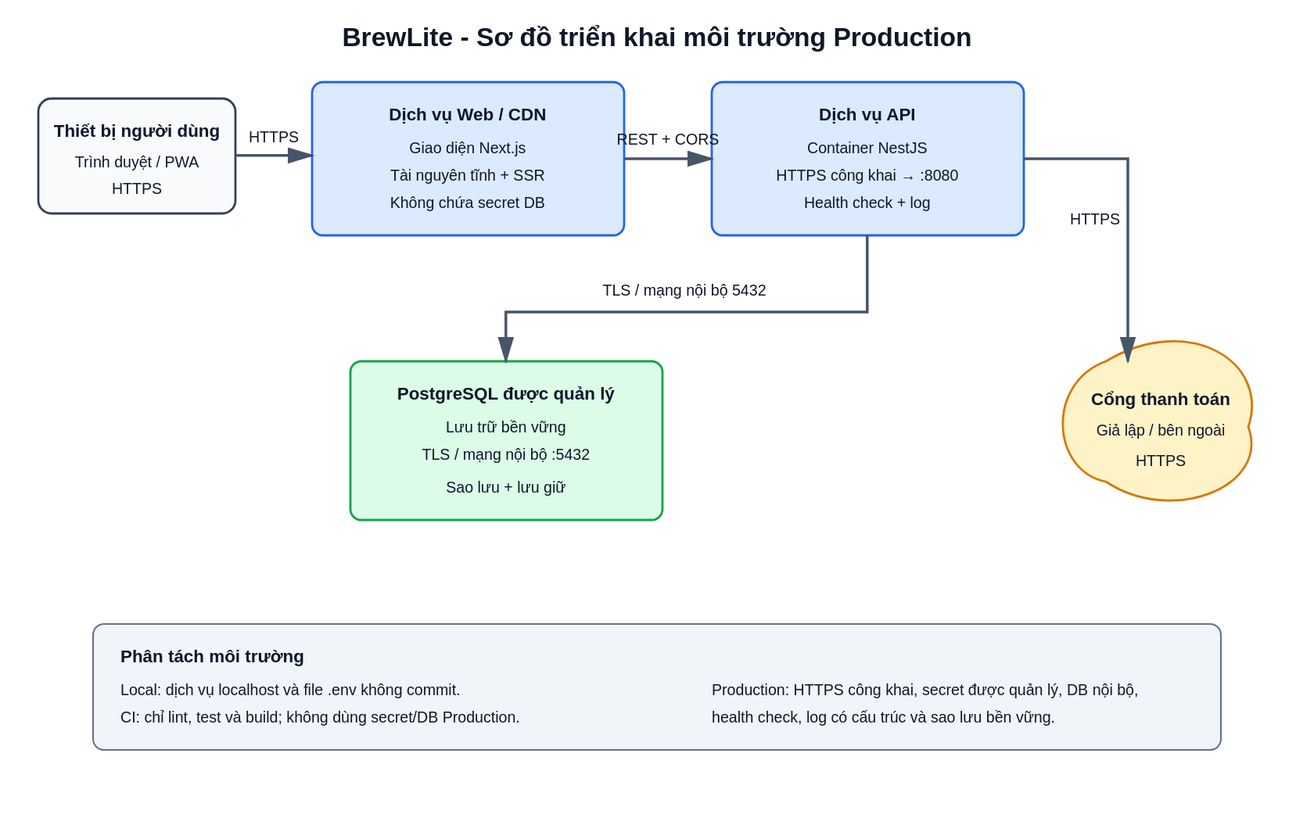
Earlier version of the PlantUML export docs/diagrams/deployment.svg (dangtuan992006/SWE_Project_Assignment2). Its source is kept beside it as docs/diagrams/deployment.puml.
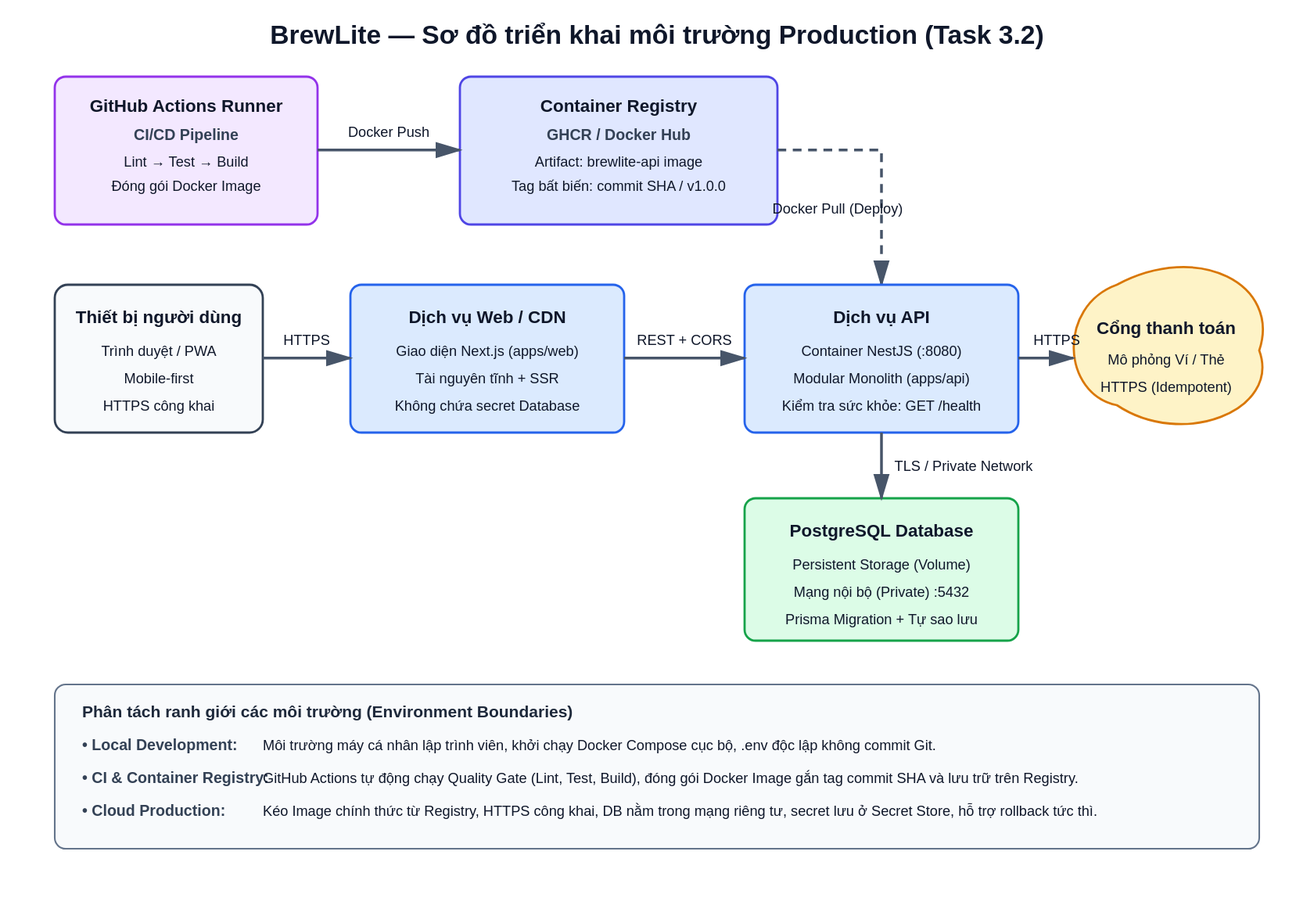
Above is the later version.

Commit message:
[Docs]: bổ sung Container Registry và CI runner vào sơ đồ deployment.puml và deployment.svg

Diff of the diagram source:
```diff
@@ -1,5 +1,5 @@
 @startuml
-title BrewLite - Sơ đồ triển khai môi trường Production
+title BrewLite - Sơ đồ triển khai môi trường Production (Task 3.2)
 
 skinparam shadowing false
 skinparam componentStyle rectangle
@@ -10,6 +10,14 @@
 actor "Người dùng\n(Trình duyệt / PWA)" as user
 
 cloud "Internet công cộng" as internet
+
+node "GitHub Actions (CI Runner)" as ci {
+  component "CI/CD Pipeline\n(Lint -> Test -> Build Image)" as pipeline
+}
+
+node "Container Registry\n(GHCR / Docker Hub)" as registry {
+  artifact "Docker Image: brewlite-api\n(tag: commit SHA / v1.0.0)" as image
+}
 
 node "Dịch vụ Web/CDN\n(Render / Vercel / tương đương)" as web {
   component "Giao diện Next.js\n(tài nguyên tĩnh + SSR)" as next
@@ -25,6 +33,9 @@
 }
 
 cloud "Cổng thanh toán giả lập\n(hoặc nhà cung cấp bên ngoài)" as payment
+
+pipeline --> registry : Docker Push Image (tag: SHA)\nqua token bảo mật CI
+registry ..> api : Docker Pull Image\nđể khởi chạy Container
 
 user --> internet : HTTPS
 internet --> web : HTTPS
@@ -46,6 +57,12 @@
 Tự khởi động lại khi lỗi
 end note
 
+note bottom of registry
+Quản lý phiên bản Image bất biến:
+- Gắn thẻ (tag) theo commit SHA
+- Hỗ trợ rollback nhanh khi lỗi
+end note
+
 note bottom of db
 Sao lưu, migration và thời hạn lưu trữ
 được quản lý riêng với quá trình deploy.
@@ -54,7 +71,7 @@
 legend
   == Phân tách môi trường ==
   Local: dịch vụ chạy trên máy lập trình viên; chỉ dùng localhost.
-  CI: build, test và lint; không dùng secret Production.
+  CI / Registry: đóng gói tự động, kiểm tra bảo mật, lưu trữ image tag bất biến.
   Production: HTTPS công khai, đường truyền API/DB nội bộ,
   secret được quản lý, health check và sao lưu bền vững.
 endlegend
```
